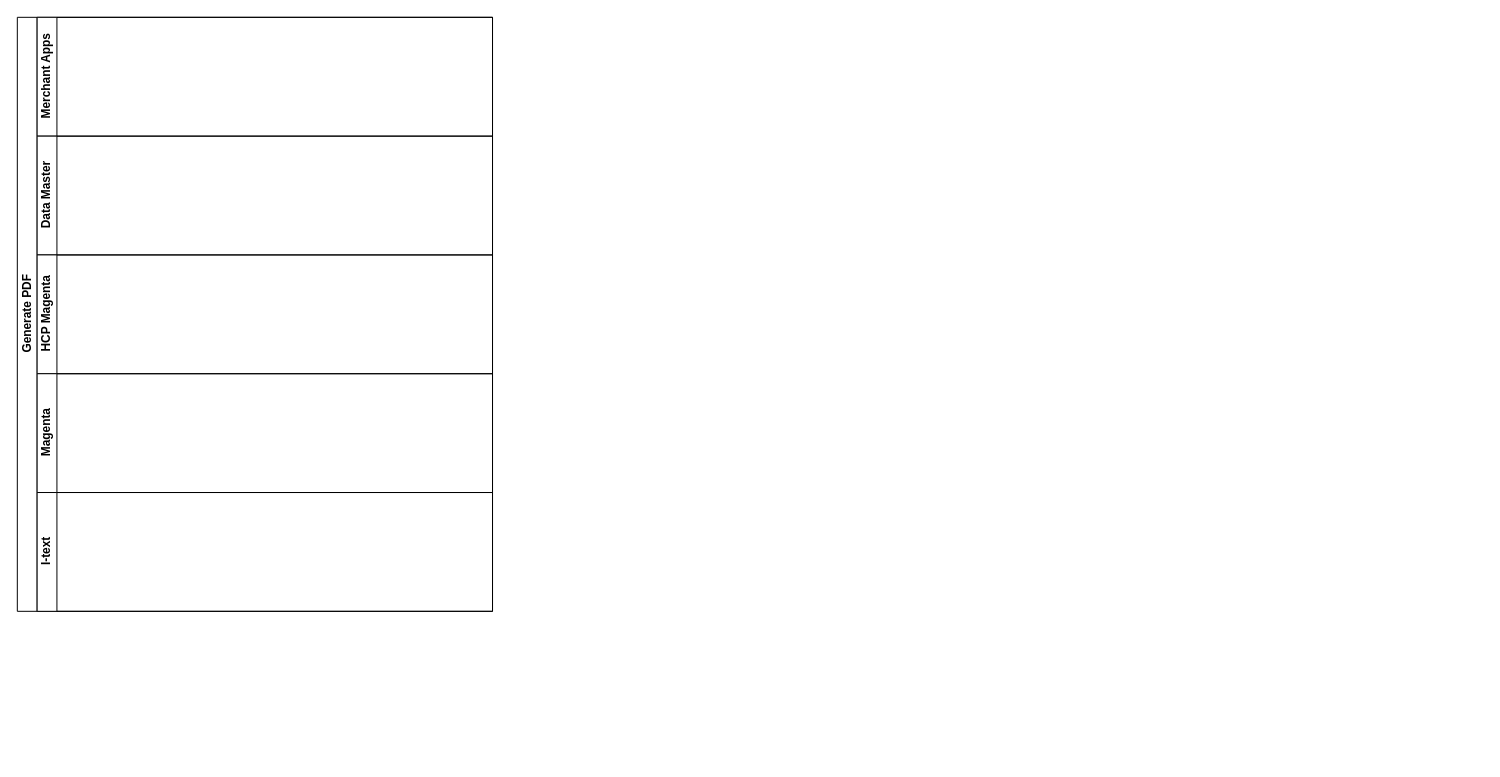
The draw.io diagram Untitled Diagram.drawio in nicolenatsh/Nicole, before the edit. Source tidied: cells renumbered, new cells numbered last; positions are measured from the earlier drawing's top-left corner, leaving out a move shared by most shapes. Both pictures are drawn from the tidied source at 99%, with x=0, y=0 at pixel (17, 17).
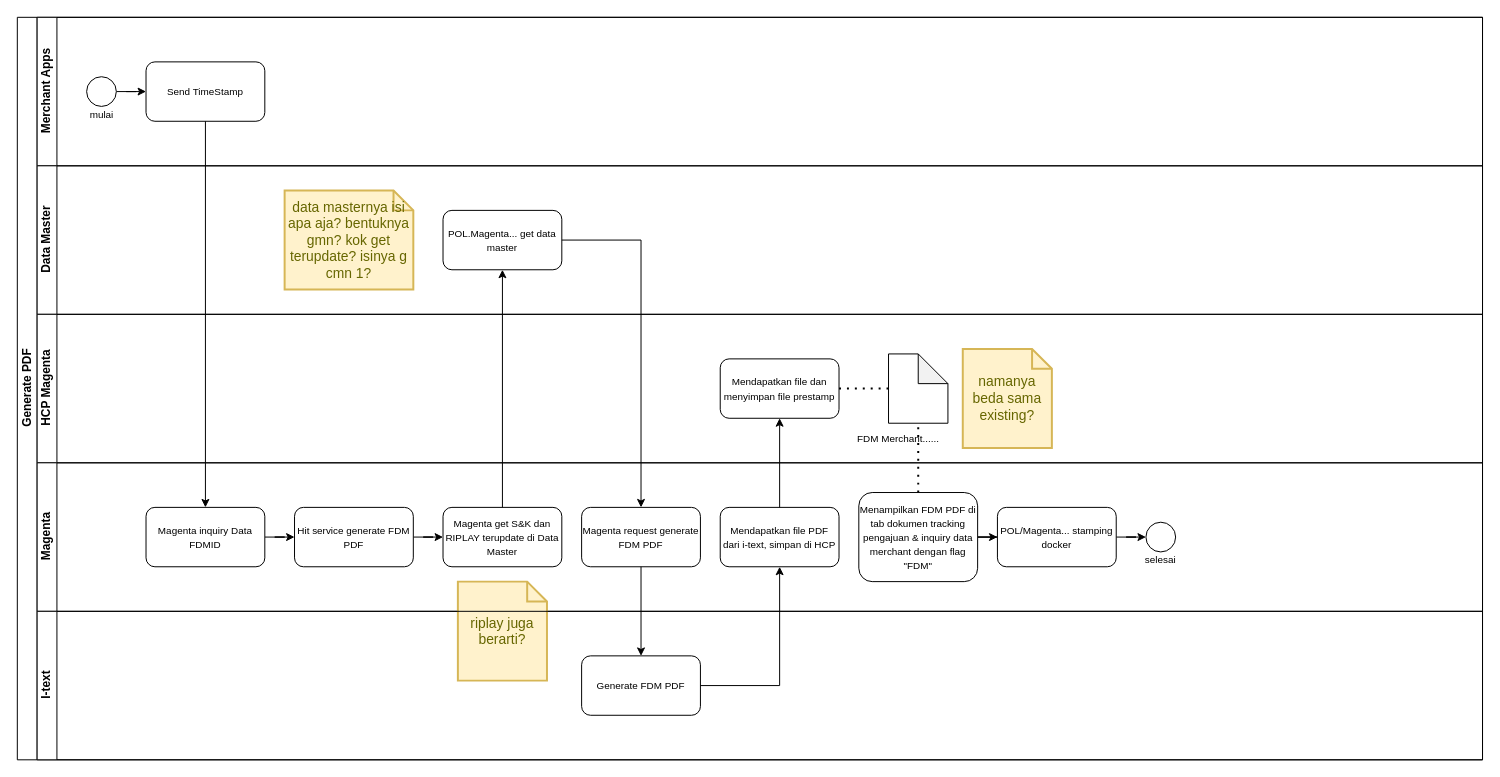
The same diagram, later.

Change to the diagram source:
```diff
@@
     <mxCell id="2" value="Generate PDF" style="swimlane;horizontal=0;startSize=20;html=1;" parent="1" vertex="1">
-      <mxGeometry width="480" height="600" as="geometry" />
+      <mxGeometry width="1480" height="750" as="geometry" />
     </mxCell>
     <mxCell id="3" value="Merchant Apps" style="swimlane;startSize=20;horizontal=0;html=1;" parent="2" vertex="1">
-      <mxGeometry x="20" width="460" height="120" as="geometry" />
+      <mxGeometry x="20" width="1460" height="150" as="geometry" />
     </mxCell>
+    <mxCell id="8" style="edgeStyle=orthogonalEdgeStyle;rounded=0;jettySize=auto;html=1;" parent="3" edge="1" source="9" target="10">
+      <mxGeometry relative="1" as="geometry" />
+    </mxCell>
+    <mxCell id="9" style="ellipse;whiteSpace=wrap;html=1;" parent="3" vertex="1">
+      <mxGeometry x="50" y="60" width="30" height="30" as="geometry" />
+    </mxCell>
+    <mxCell id="10" value="&lt;font style=&quot;font-size: 10px;&quot;&gt;Send TimeStamp&lt;/font&gt;" style="rounded=1;whiteSpace=wrap;html=1;" parent="3" vertex="1">
+      <mxGeometry x="110" y="45" width="120" height="60" as="geometry" />
+    </mxCell>
+    <mxCell id="11" value="&lt;font style=&quot;font-size: 10px;&quot;&gt;mulai&lt;/font&gt;" style="text;html=1;align=center;verticalAlign=middle;whiteSpace=wrap;rounded=0;" parent="3" vertex="1">
+      <mxGeometry x="52.5" y="90" width="25" height="15" as="geometry" />
+    </mxCell>
     <mxCell id="4" value="Data Master" style="swimlane;startSize=20;horizontal=0;html=1;" parent="2" vertex="1">
-      <mxGeometry x="20" y="120" width="460" height="120" as="geometry" />
+      <mxGeometry x="20" y="150" width="1460" height="150" as="geometry" />
     </mxCell>
+    <mxCell id="12" value="&lt;font style=&quot;font-size: 10px;&quot;&gt;POL.Magenta... get data master&lt;/font&gt;" style="rounded=1;whiteSpace=wrap;html=1;" parent="4" vertex="1">
+      <mxGeometry x="410" y="45" width="120" height="60" as="geometry" />
+    </mxCell>
+    <mxCell id="13" value="data masternya isi apa aja? bentuknya gmn? kok get terupdate? isinya g cmn 1?" style="shape=note;strokeWidth=2;fontSize=14;size=20;whiteSpace=wrap;html=1;fillColor=#fff2cc;strokeColor=#d6b656;fontColor=#666600;" parent="4" vertex="1">
+      <mxGeometry x="250" y="25" width="130" height="100" as="geometry" />
+    </mxCell>
     <mxCell id="5" value="HCP Magenta" style="swimlane;startSize=20;horizontal=0;html=1;" parent="2" vertex="1">
-      <mxGeometry x="20" y="240" width="460" height="120" as="geometry" />
+      <mxGeometry x="20" y="300" width="1460" height="150" as="geometry" />
     </mxCell>
+    <mxCell id="14" value="&lt;font style=&quot;font-size: 10px;&quot;&gt;Mendapatkan file dan menyimpan file prestamp&lt;/font&gt;" style="rounded=1;whiteSpace=wrap;html=1;" parent="5" vertex="1">
+      <mxGeometry x="690" y="45" width="120" height="60" as="geometry" />
+    </mxCell>
+    <mxCell id="15" style="shape=note;whiteSpace=wrap;html=1;backgroundOutline=1;darkOpacity=0.05;" parent="5" vertex="1">
+      <mxGeometry x="860" y="40" width="60" height="70" as="geometry" />
+    </mxCell>
+    <mxCell id="16" style="endArrow=none;dashed=1;html=1;dashPattern=1 3;strokeWidth=2;rounded=0;exitX=1;exitY=0.5;exitDx=0;exitDy=0;entryX=0;entryY=0.5;entryDx=0;entryDy=0;entryPerimeter=0;" parent="5" edge="1" source="14" target="15">
+      <mxGeometry relative="1" as="geometry" />
+    </mxCell>
+    <mxCell id="17" value="&lt;font style=&quot;font-size: 10px;&quot;&gt;FDM Merchant......&lt;/font&gt;" style="text;html=1;align=center;verticalAlign=middle;whiteSpace=wrap;rounded=0;" parent="5" vertex="1">
+      <mxGeometry x="805" y="110" width="130" height="30" as="geometry" />
+    </mxCell>
+    <mxCell id="18" value="namanya beda sama existing?" style="shape=note;strokeWidth=2;fontSize=14;size=20;whiteSpace=wrap;html=1;fillColor=#fff2cc;strokeColor=#d6b656;fontColor=#666600;" parent="5" vertex="1">
+      <mxGeometry x="935" y="35" width="90" height="100" as="geometry" />
+    </mxCell>
     <mxCell id="6" value="Magenta" style="swimlane;startSize=20;horizontal=0;html=1;" parent="2" vertex="1">
-      <mxGeometry x="20" y="360" width="460" height="120" as="geometry" />
+      <mxGeometry x="20" y="450" width="1460" height="150" as="geometry" />
     </mxCell>
+    <mxCell id="19" style="edgeStyle=orthogonalEdgeStyle;rounded=0;jettySize=auto;html=1;entryX=0;entryY=0.5;entryDx=0;entryDy=0;" parent="6" edge="1" source="20" target="22">
+      <mxGeometry relative="1" as="geometry" />
+    </mxCell>
+    <mxCell id="20" value="&lt;font style=&quot;font-size: 10px;&quot;&gt;Magenta inquiry Data FDMID&lt;/font&gt;" style="rounded=1;whiteSpace=wrap;html=1;" parent="6" vertex="1">
+      <mxGeometry x="110" y="45" width="120" height="60" as="geometry" />
+    </mxCell>
+    <mxCell id="21" style="edgeStyle=orthogonalEdgeStyle;rounded=0;jettySize=auto;html=1;entryX=0;entryY=0.5;entryDx=0;entryDy=0;" parent="6" edge="1" source="22" target="23">
+      <mxGeometry relative="1" as="geometry" />
+    </mxCell>
+    <mxCell id="22" value="&lt;font style=&quot;font-size: 10px;&quot;&gt;Hit service generate FDM PDF&lt;/font&gt;" style="rounded=1;whiteSpace=wrap;html=1;" parent="6" vertex="1">
+      <mxGeometry x="260" y="45" width="120" height="60" as="geometry" />
+    </mxCell>
+    <mxCell id="23" value="&lt;font style=&quot;font-size: 10px;&quot;&gt;Magenta get S&amp;amp;K dan RIPLAY terupdate di Data Master&lt;/font&gt;" style="rounded=1;whiteSpace=wrap;html=1;" parent="6" vertex="1">
+      <mxGeometry x="410" y="45" width="120" height="60" as="geometry" />
+    </mxCell>
+    <mxCell id="24" value="&lt;font style=&quot;font-size: 10px;&quot;&gt;Magenta request generate FDM PDF&lt;/font&gt;" style="rounded=1;whiteSpace=wrap;html=1;" parent="6" vertex="1">
+      <mxGeometry x="550" y="45" width="120" height="60" as="geometry" />
+    </mxCell>
+    <mxCell id="25" value="&lt;font style=&quot;font-size: 10px;&quot;&gt;Mendapatkan file PDF dari i-text, simpan di HCP&lt;/font&gt;" style="rounded=1;whiteSpace=wrap;html=1;" parent="6" vertex="1">
+      <mxGeometry x="690" y="45" width="120" height="60" as="geometry" />
+    </mxCell>
+    <mxCell id="26" style="edgeStyle=orthogonalEdgeStyle;rounded=0;jettySize=auto;html=1;entryX=0;entryY=0.5;entryDx=0;entryDy=0;" parent="6" edge="1" source="27" target="29">
+      <mxGeometry relative="1" as="geometry" />
+    </mxCell>
+    <mxCell id="27" value="&lt;font style=&quot;font-size: 10px;&quot;&gt;Menampilkan FDM PDF di tab dokumen tracking pengajuan &amp;amp; inquiry data merchant dengan flag &quot;FDM&quot;&lt;/font&gt;" style="rounded=1;whiteSpace=wrap;html=1;" parent="6" vertex="1">
+      <mxGeometry x="830" y="30" width="120" height="90" as="geometry" />
+    </mxCell>
+    <mxCell id="28" style="edgeStyle=orthogonalEdgeStyle;rounded=0;jettySize=auto;html=1;" parent="6" edge="1" source="29" target="30">
+      <mxGeometry relative="1" as="geometry" />
+    </mxCell>
+    <mxCell id="29" value="&lt;span style=&quot;font-size: 10px;&quot;&gt;POL/Magenta... stamping docker&lt;/span&gt;" style="rounded=1;whiteSpace=wrap;html=1;" parent="6" vertex="1">
+      <mxGeometry x="970" y="45" width="120" height="60" as="geometry" />
+    </mxCell>
+    <mxCell id="30" style="ellipse;whiteSpace=wrap;html=1;" parent="6" vertex="1">
+      <mxGeometry x="1120" y="60" width="30" height="30" as="geometry" />
+    </mxCell>
+    <mxCell id="31" value="&lt;font style=&quot;font-size: 10px;&quot;&gt;selesai&lt;/font&gt;" style="text;html=1;align=center;verticalAlign=middle;whiteSpace=wrap;rounded=0;" parent="6" vertex="1">
+      <mxGeometry x="1115" y="90" width="40" height="15" as="geometry" />
+    </mxCell>
+    <mxCell id="32" value="riplay juga berarti?" style="shape=note;strokeWidth=2;fontSize=14;size=20;whiteSpace=wrap;html=1;fillColor=#fff2cc;strokeColor=#d6b656;fontColor=#666600;" parent="6" vertex="1">
+      <mxGeometry x="425" y="120" width="90" height="100" as="geometry" />
+    </mxCell>
     <mxCell id="7" value="I-text" style="swimlane;startSize=20;horizontal=0;html=1;" parent="2" vertex="1">
-      <mxGeometry x="20" y="480" width="460" height="120" as="geometry" />
+      <mxGeometry x="20" y="600" width="1460" height="150" as="geometry" />
     </mxCell>
+    <mxCell id="33" value="&lt;font style=&quot;font-size: 10px;&quot;&gt;Generate FDM PDF&lt;/font&gt;" style="rounded=1;whiteSpace=wrap;html=1;" parent="7" vertex="1">
+      <mxGeometry x="550" y="45" width="120" height="60" as="geometry" />
+    </mxCell>
+    <mxCell id="34" style="edgeStyle=orthogonalEdgeStyle;rounded=0;jettySize=auto;html=1;entryX=0.5;entryY=0;entryDx=0;entryDy=0;" parent="2" edge="1" source="10" target="20">
+      <mxGeometry relative="1" as="geometry" />
+    </mxCell>
+    <mxCell id="35" style="edgeStyle=orthogonalEdgeStyle;rounded=0;jettySize=auto;html=1;entryX=0.5;entryY=1;entryDx=0;entryDy=0;" parent="2" edge="1" source="23" target="12">
+      <mxGeometry relative="1" as="geometry" />
+    </mxCell>
+    <mxCell id="36" style="edgeStyle=orthogonalEdgeStyle;rounded=0;jettySize=auto;html=1;entryX=0.5;entryY=0;entryDx=0;entryDy=0;" parent="2" edge="1" source="12" target="24">
+      <mxGeometry relative="1" as="geometry" />
+    </mxCell>
+    <mxCell id="37" style="edgeStyle=orthogonalEdgeStyle;rounded=0;jettySize=auto;html=1;entryX=0.5;entryY=0;entryDx=0;entryDy=0;" parent="2" edge="1" source="24" target="33">
+      <mxGeometry relative="1" as="geometry" />
+    </mxCell>
+    <mxCell id="38" style="edgeStyle=orthogonalEdgeStyle;rounded=0;jettySize=auto;html=1;entryX=0.5;entryY=1;entryDx=0;entryDy=0;" parent="2" edge="1" source="33" target="25">
+      <mxGeometry relative="1" as="geometry" />
+    </mxCell>
+    <mxCell id="39" style="edgeStyle=orthogonalEdgeStyle;rounded=0;jettySize=auto;html=1;entryX=0.5;entryY=1;entryDx=0;entryDy=0;" parent="2" edge="1" source="25" target="14">
+      <mxGeometry relative="1" as="geometry" />
+    </mxCell>
+    <mxCell id="40" style="endArrow=none;dashed=1;html=1;dashPattern=1 3;strokeWidth=2;rounded=0;exitX=0.5;exitY=0;exitDx=0;exitDy=0;entryX=0.5;entryY=1;entryDx=0;entryDy=0;entryPerimeter=0;" parent="2" edge="1" source="27" target="15">
+      <mxGeometry relative="1" as="geometry" />
+    </mxCell>
```
